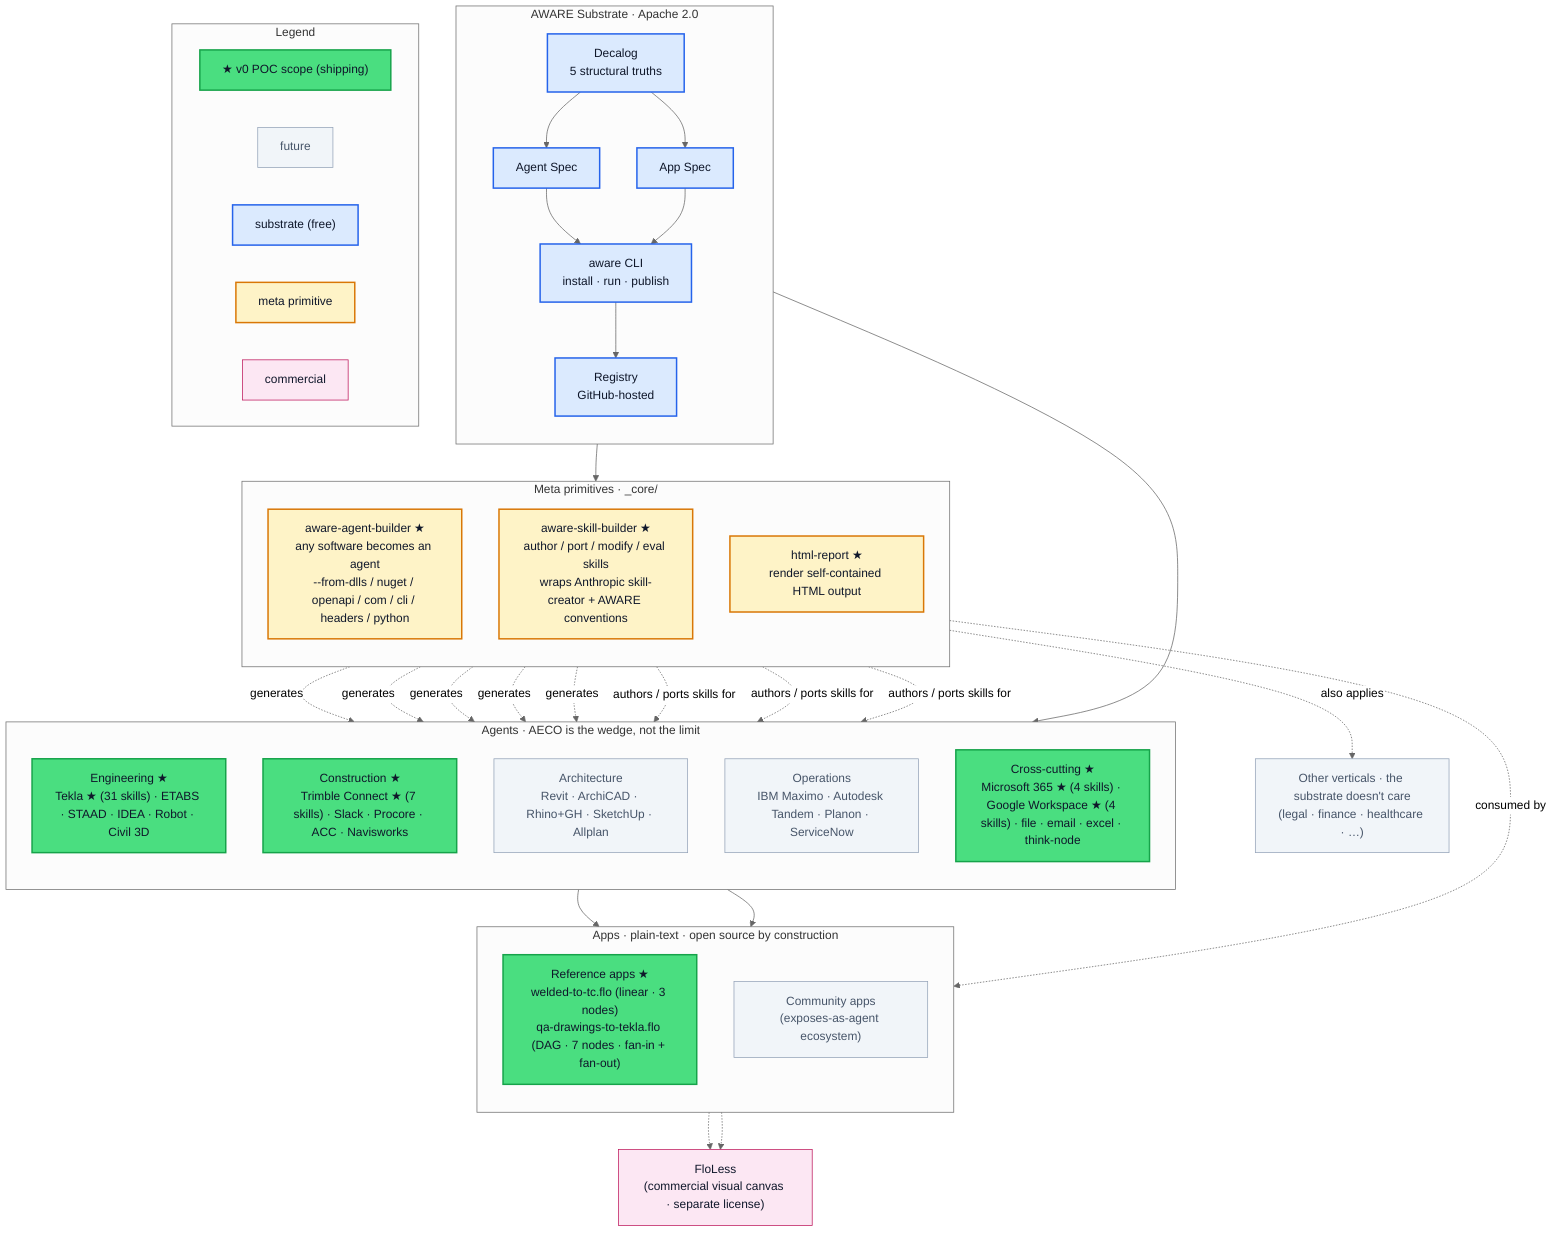
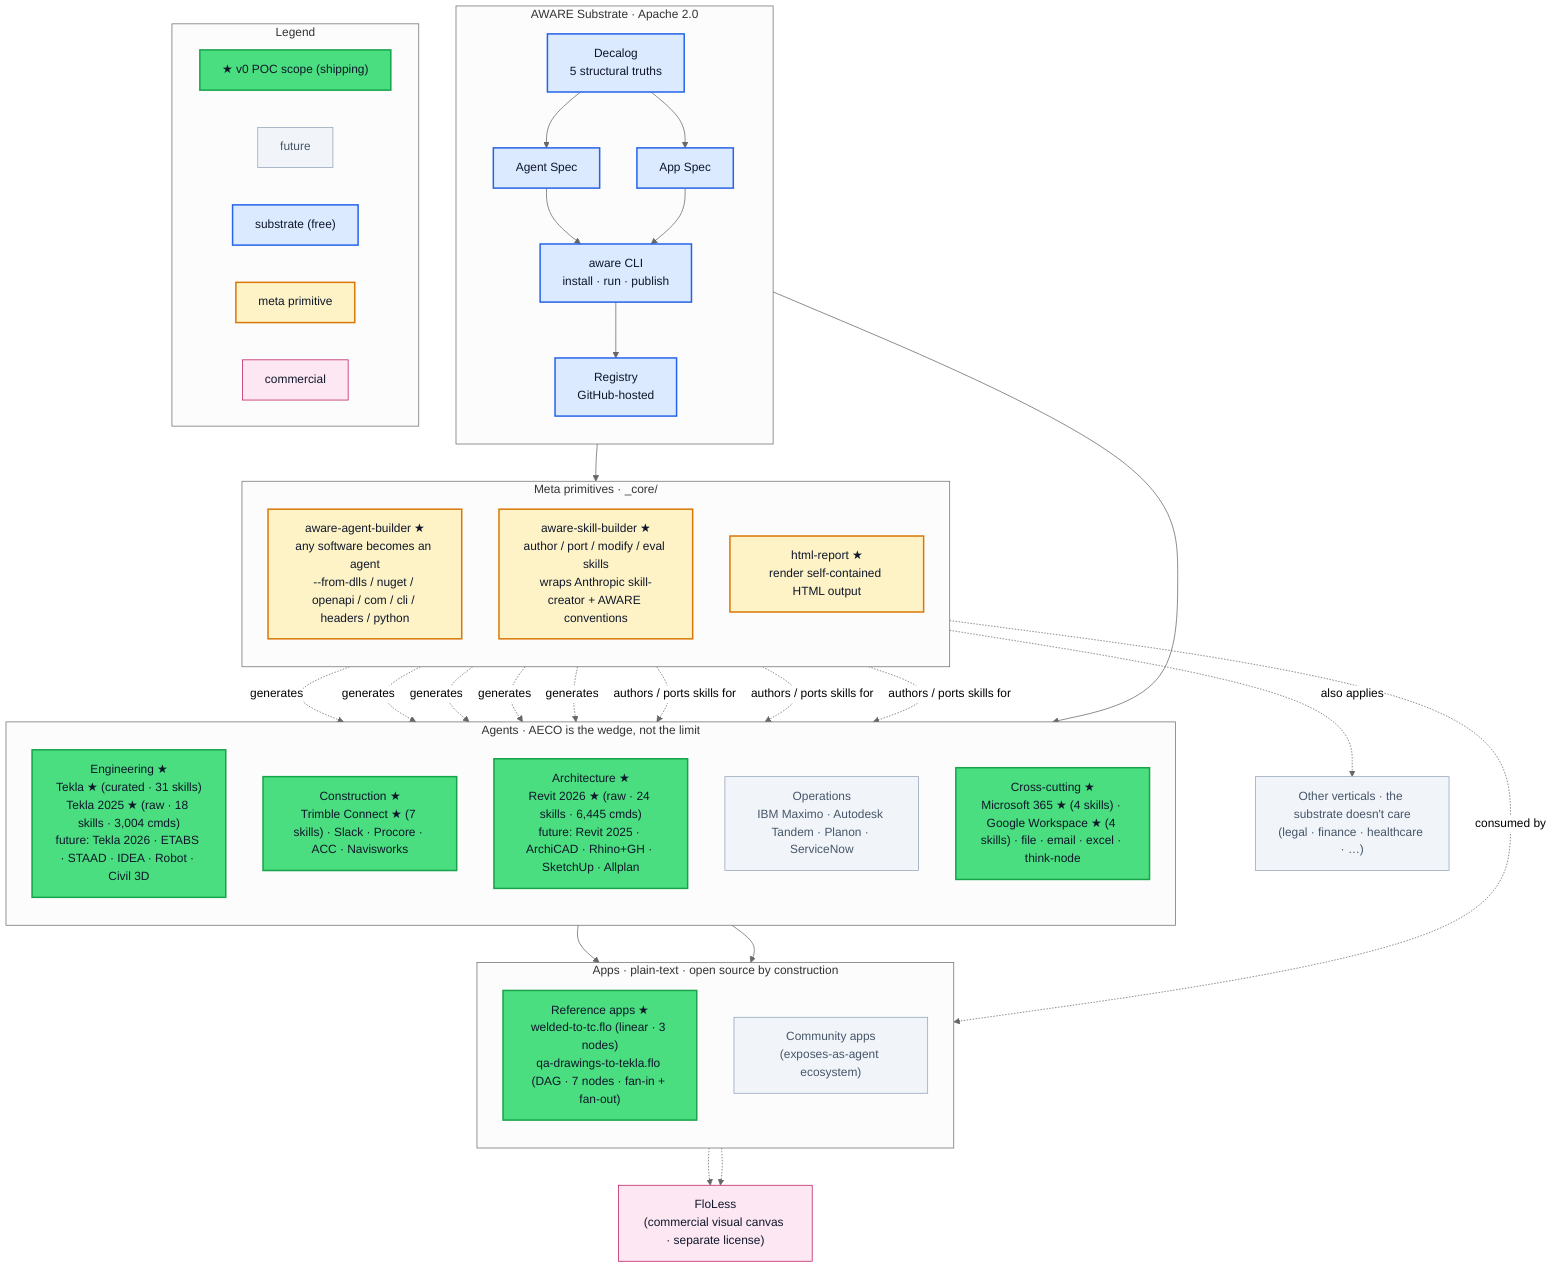
%%{init: {'theme':'neutral'}}%%
graph TB

  %% =========================================================
  %% Style classes
  %% =========================================================
  classDef poc        fill:#4ade80,stroke:#16a34a,color:#0f172a,stroke-width:2px
  classDef future     fill:#f1f5f9,stroke:#94a3b8,color:#475569
  classDef substrate  fill:#dbeafe,stroke:#2563eb,color:#0f172a,stroke-width:2px
  classDef meta       fill:#fef3c7,stroke:#d97706,color:#0f172a,stroke-width:2px
  classDef app        fill:#e0e7ff,stroke:#6366f1,color:#0f172a
  classDef commercial fill:#fce7f3,stroke:#be185d,color:#0f172a

  %% =========================================================
  %% Substrate · Apache 2.0
  %% =========================================================
  subgraph SUB["AWARE Substrate · Apache 2.0"]
    direction TB
    Decalog["Decalog<br/>5 structural truths"]:::substrate
    AgentSpec["Agent Spec"]:::substrate
    AppSpec["App Spec"]:::substrate
    CLI["aware CLI<br/>install · run · publish"]:::substrate
    Registry["Registry<br/>GitHub-hosted"]:::substrate

    Decalog --> AgentSpec
    Decalog --> AppSpec
    AgentSpec --> CLI
    AppSpec --> CLI
    CLI --> Registry
  end

  %% =========================================================
  %% Meta primitives — under _core/
  %% =========================================================
  subgraph META["Meta primitives · _core/"]
    direction TB
    Builder["aware-agent-builder ★<br/>any software becomes an agent<br/>--from-dlls / nuget / openapi / com / cli / headers / python"]:::meta
    SkillBuilder["aware-skill-builder ★<br/>author / port / modify / eval skills<br/>wraps Anthropic skill-creator + AWARE conventions"]:::meta
    HtmlReport["html-report ★<br/>render self-contained HTML output"]:::meta
  end

  %% =========================================================
  %% Agents · AECO (the wedge)
  %% =========================================================
  subgraph AGENTS["Agents · AECO is the wedge, not the limit"]
    direction TB

-     Eng["Engineering ★<br/>Tekla ★ (31 skills) · ETABS · STAAD · IDEA · Robot · Civil 3D"]:::poc
+     Eng["Engineering ★<br/>Tekla ★ (curated · 31 skills)<br/>Tekla 2025 ★ (raw · 18 skills · 3,004 cmds)<br/>future: Tekla 2026 · ETABS · STAAD · IDEA · Robot · Civil 3D"]:::poc
    Cons["Construction ★<br/>Trimble Connect ★ (7 skills) · Slack · Procore · ACC · Navisworks"]:::poc
-     Arch["Architecture<br/>Revit · ArchiCAD · Rhino+GH · SketchUp · Allplan"]:::future
+     Arch["Architecture ★<br/>Revit 2026 ★ (raw · 24 skills · 6,445 cmds)<br/>future: Revit 2025 · ArchiCAD · Rhino+GH · SketchUp · Allplan"]:::poc
    Ops["Operations<br/>IBM Maximo · Autodesk Tandem · Planon · ServiceNow"]:::future
    Cross["Cross-cutting ★<br/>Microsoft 365 ★ (4 skills) · Google Workspace ★ (4 skills) · file · email · excel · think-node"]:::poc
  end

  Other["Other verticals · the substrate doesn't care<br/>(legal · finance · healthcare · …)"]:::future

  %% =========================================================
  %% Apps · plain-text compositions
  %% =========================================================
  subgraph APPS["Apps · plain-text · open source by construction"]
    direction TB
    Refs["Reference apps ★<br/>welded-to-tc.flo (linear · 3 nodes)<br/>qa-drawings-to-tekla.flo (DAG · 7 nodes · fan-in + fan-out)"]:::poc
    Community["Community apps<br/>(exposes-as-agent ecosystem)"]:::future
  end

  %% =========================================================
  %% Commercial layer
  %% =========================================================
  FloLess["FloLess<br/>(commercial visual canvas · separate license)"]:::commercial

  %% =========================================================
  %% Wiring
  %% =========================================================
  Registry --> META
  Registry --> AGENTS

  Builder -. generates .-> Eng
  Builder -. generates .-> Cons
  Builder -. generates .-> Cross
  Builder -. generates .-> Arch
  Builder -. generates .-> Ops
  Builder -. also applies .-> Other

  SkillBuilder -. authors / ports skills for .-> Eng
  SkillBuilder -. authors / ports skills for .-> Cons
  SkillBuilder -. authors / ports skills for .-> Cross

  AGENTS --> Refs
  AGENTS --> Community
  HtmlReport -. consumed by .-> Refs

  Refs -.-> FloLess
  Community -.-> FloLess

  %% =========================================================
  %% Legend
  %% =========================================================
  subgraph LEGEND["Legend"]
    direction LR
    LegPoc["★ v0 POC scope (shipping)"]:::poc
    LegFut["future"]:::future
    LegSub["substrate (free)"]:::substrate
    LegMeta["meta primitive"]:::meta
    LegComm["commercial"]:::commercial
  end
